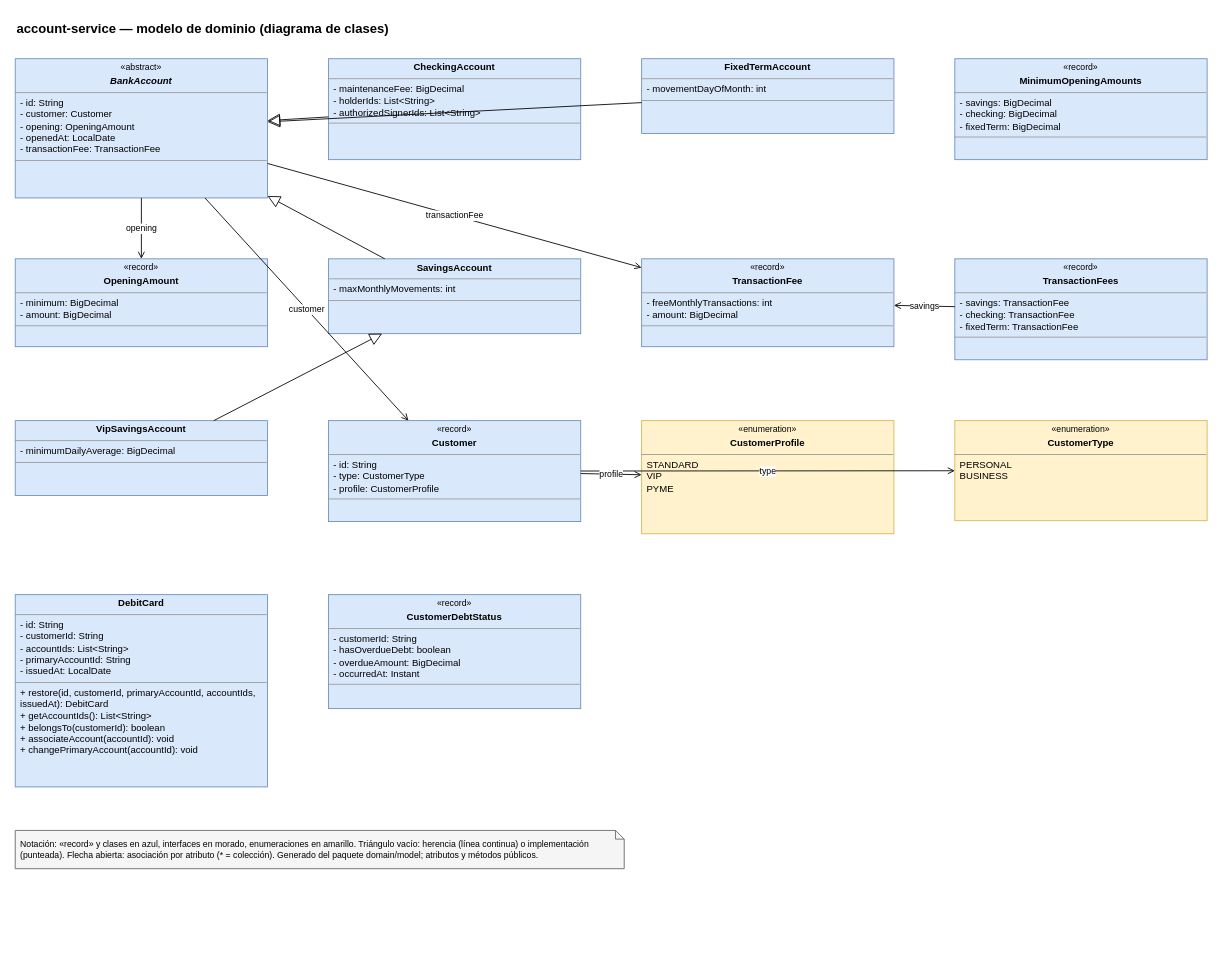
Above: page "account-service" (2 of 7) of docs/diagrams/class-diagrams.drawio in kuroxbyte/bootcamp-bank-project-docs (draw.io), before the change. Source tidied: cells renumbered, new cells numbered last; positions are measured from the earlier drawing's top-left corner, leaving out a move shared by most shapes. Both pictures are drawn from the tidied source at 87%, with x=0, y=0 at pixel (15, 15).
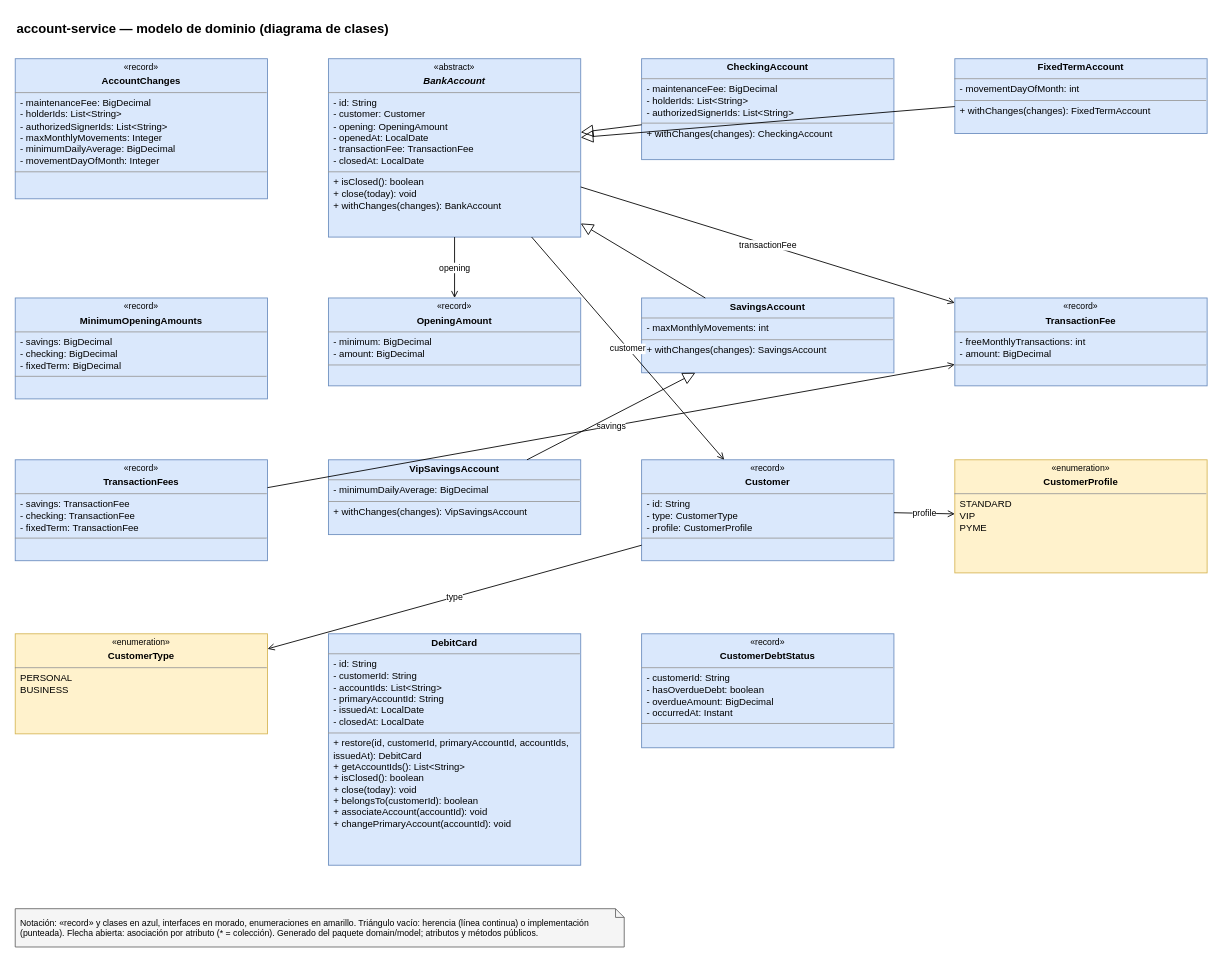
After the change.

What changed in the source:
```diff
@@
+    <mxCell id="28" value="&lt;p style=&quot;margin:0;margin-top:4px;text-align:center;font-size:10px&quot;&gt;«record»&lt;/p&gt;&lt;p style=&quot;margin:0;margin-top:4px;text-align:center&quot;&gt;&lt;b&gt;AccountChanges&lt;/b&gt;&lt;/p&gt;&lt;hr size=&quot;1&quot;/&gt;&lt;p style=&quot;margin:0;margin-left:6px&quot;&gt;- maintenanceFee: BigDecimal&lt;br/&gt;- holderIds: List&amp;lt;String&amp;gt;&lt;br/&gt;- authorizedSignerIds: List&amp;lt;String&amp;gt;&lt;br/&gt;- maxMonthlyMovements: Integer&lt;br/&gt;- minimumDailyAverage: BigDecimal&lt;br/&gt;- movementDayOfMonth: Integer&lt;/p&gt;&lt;hr size=&quot;1&quot;/&gt;&lt;p style=&quot;margin:0;margin-left:6px&quot;&gt;&lt;/p&gt;" style="verticalAlign=top;align=left;overflow=fill;html=1;whiteSpace=wrap;fontSize=11;fillColor=#dae8fc;strokeColor=#6c8ebf;" parent="1" vertex="1">
+      <mxGeometry y="50" width="290" height="161" as="geometry" />
+    </mxCell>
-    <mxCell id="3" value="&lt;p style=&quot;margin:0;margin-top:4px;text-align:center;font-size:10px&quot;&gt;«abstract»&lt;/p&gt;&lt;p style=&quot;margin:0;margin-top:4px;text-align:center&quot;&gt;&lt;b&gt;&lt;i&gt;BankAccount&lt;/i&gt;&lt;/b&gt;&lt;/p&gt;&lt;hr size=&quot;1&quot;/&gt;&lt;p style=&quot;margin:0;margin-left:6px&quot;&gt;- id: String&lt;br/&gt;- customer: Customer&lt;br/&gt;- opening: OpeningAmount&lt;br/&gt;- openedAt: LocalDate&lt;br/&gt;- transactionFee: TransactionFee&lt;/p&gt;&lt;hr size=&quot;1&quot;/&gt;&lt;p style=&quot;margin:0;margin-left:6px&quot;&gt;&lt;/p&gt;" style="verticalAlign=top;align=left;overflow=fill;html=1;whiteSpace=wrap;fontSize=11;fillColor=#dae8fc;strokeColor=#6c8ebf;" parent="1" vertex="1">
-      <mxGeometry y="50" width="290" height="160" as="geometry" />
+    <mxCell id="3" value="&lt;p style=&quot;margin:0;margin-top:4px;text-align:center;font-size:10px&quot;&gt;«abstract»&lt;/p&gt;&lt;p style=&quot;margin:0;margin-top:4px;text-align:center&quot;&gt;&lt;b&gt;&lt;i&gt;BankAccount&lt;/i&gt;&lt;/b&gt;&lt;/p&gt;&lt;hr size=&quot;1&quot;/&gt;&lt;p style=&quot;margin:0;margin-left:6px&quot;&gt;- id: String&lt;br/&gt;- customer: Customer&lt;br/&gt;- opening: OpeningAmount&lt;br/&gt;- openedAt: LocalDate&lt;br/&gt;- transactionFee: TransactionFee&lt;br/&gt;- closedAt: LocalDate&lt;/p&gt;&lt;hr size=&quot;1&quot;/&gt;&lt;p style=&quot;margin:0;margin-left:6px&quot;&gt;+ isClosed(): boolean&lt;br/&gt;+ close(today): void&lt;br/&gt;+ withChanges(changes): BankAccount&lt;/p&gt;" style="verticalAlign=top;align=left;overflow=fill;html=1;whiteSpace=wrap;fontSize=11;fillColor=#dae8fc;strokeColor=#6c8ebf;" parent="1" vertex="1">
+      <mxGeometry x="360" y="50" width="290" height="205" as="geometry" />
     </mxCell>
-    <mxCell id="4" value="&lt;p style=&quot;margin:0;margin-top:4px;text-align:center&quot;&gt;&lt;b&gt;CheckingAccount&lt;/b&gt;&lt;/p&gt;&lt;hr size=&quot;1&quot;/&gt;&lt;p style=&quot;margin:0;margin-left:6px&quot;&gt;- maintenanceFee: BigDecimal&lt;br/&gt;- holderIds: List&amp;lt;String&amp;gt;&lt;br/&gt;- authorizedSignerIds: List&amp;lt;String&amp;gt;&lt;/p&gt;&lt;hr size=&quot;1&quot;/&gt;&lt;p style=&quot;margin:0;margin-left:6px&quot;&gt;&lt;/p&gt;" style="verticalAlign=top;align=left;overflow=fill;html=1;whiteSpace=wrap;fontSize=11;fillColor=#dae8fc;strokeColor=#6c8ebf;" parent="1" vertex="1">
-      <mxGeometry x="360" y="50" width="290" height="116" as="geometry" />
+    <mxCell id="4" value="&lt;p style=&quot;margin:0;margin-top:4px;text-align:center&quot;&gt;&lt;b&gt;CheckingAccount&lt;/b&gt;&lt;/p&gt;&lt;hr size=&quot;1&quot;/&gt;&lt;p style=&quot;margin:0;margin-left:6px&quot;&gt;- maintenanceFee: BigDecimal&lt;br/&gt;- holderIds: List&amp;lt;String&amp;gt;&lt;br/&gt;- authorizedSignerIds: List&amp;lt;String&amp;gt;&lt;/p&gt;&lt;hr size=&quot;1&quot;/&gt;&lt;p style=&quot;margin:0;margin-left:6px&quot;&gt;+ withChanges(changes): CheckingAccount&lt;/p&gt;" style="verticalAlign=top;align=left;overflow=fill;html=1;whiteSpace=wrap;fontSize=11;fillColor=#dae8fc;strokeColor=#6c8ebf;" parent="1" vertex="1">
+      <mxGeometry x="720" y="50" width="290" height="116" as="geometry" />
     </mxCell>
-    <mxCell id="5" value="&lt;p style=&quot;margin:0;margin-top:4px;text-align:center&quot;&gt;&lt;b&gt;FixedTermAccount&lt;/b&gt;&lt;/p&gt;&lt;hr size=&quot;1&quot;/&gt;&lt;p style=&quot;margin:0;margin-left:6px&quot;&gt;- movementDayOfMonth: int&lt;/p&gt;&lt;hr size=&quot;1&quot;/&gt;&lt;p style=&quot;margin:0;margin-left:6px&quot;&gt;&lt;/p&gt;" style="verticalAlign=top;align=left;overflow=fill;html=1;whiteSpace=wrap;fontSize=11;fillColor=#dae8fc;strokeColor=#6c8ebf;" parent="1" vertex="1">
-      <mxGeometry x="720" y="50" width="290" height="86" as="geometry" />
+    <mxCell id="5" value="&lt;p style=&quot;margin:0;margin-top:4px;text-align:center&quot;&gt;&lt;b&gt;FixedTermAccount&lt;/b&gt;&lt;/p&gt;&lt;hr size=&quot;1&quot;/&gt;&lt;p style=&quot;margin:0;margin-left:6px&quot;&gt;- movementDayOfMonth: int&lt;/p&gt;&lt;hr size=&quot;1&quot;/&gt;&lt;p style=&quot;margin:0;margin-left:6px&quot;&gt;+ withChanges(changes): FixedTermAccount&lt;/p&gt;" style="verticalAlign=top;align=left;overflow=fill;html=1;whiteSpace=wrap;fontSize=11;fillColor=#dae8fc;strokeColor=#6c8ebf;" parent="1" vertex="1">
+      <mxGeometry x="1080" y="50" width="290" height="86" as="geometry" />
     </mxCell>
     <mxCell id="6" value="&lt;p style=&quot;margin:0;margin-top:4px;text-align:center;font-size:10px&quot;&gt;«record»&lt;/p&gt;&lt;p style=&quot;margin:0;margin-top:4px;text-align:center&quot;&gt;&lt;b&gt;MinimumOpeningAmounts&lt;/b&gt;&lt;/p&gt;&lt;hr size=&quot;1&quot;/&gt;&lt;p style=&quot;margin:0;margin-left:6px&quot;&gt;- savings: BigDecimal&lt;br/&gt;- checking: BigDecimal&lt;br/&gt;- fixedTerm: BigDecimal&lt;/p&gt;&lt;hr size=&quot;1&quot;/&gt;&lt;p style=&quot;margin:0;margin-left:6px&quot;&gt;&lt;/p&gt;" style="verticalAlign=top;align=left;overflow=fill;html=1;whiteSpace=wrap;fontSize=11;fillColor=#dae8fc;strokeColor=#6c8ebf;" parent="1" vertex="1">
-      <mxGeometry x="1080" y="50" width="290" height="116" as="geometry" />
+      <mxGeometry y="325" width="290" height="116" as="geometry" />
     </mxCell>
     <mxCell id="7" value="&lt;p style=&quot;margin:0;margin-top:4px;text-align:center;font-size:10px&quot;&gt;«record»&lt;/p&gt;&lt;p style=&quot;margin:0;margin-top:4px;text-align:center&quot;&gt;&lt;b&gt;OpeningAmount&lt;/b&gt;&lt;/p&gt;&lt;hr size=&quot;1&quot;/&gt;&lt;p style=&quot;margin:0;margin-left:6px&quot;&gt;- minimum: BigDecimal&lt;br/&gt;- amount: BigDecimal&lt;/p&gt;&lt;hr size=&quot;1&quot;/&gt;&lt;p style=&quot;margin:0;margin-left:6px&quot;&gt;&lt;/p&gt;" style="verticalAlign=top;align=left;overflow=fill;html=1;whiteSpace=wrap;fontSize=11;fillColor=#dae8fc;strokeColor=#6c8ebf;" parent="1" vertex="1">
-      <mxGeometry y="280" width="290" height="101" as="geometry" />
+      <mxGeometry x="360" y="325" width="290" height="101" as="geometry" />
     </mxCell>
-    <mxCell id="8" value="&lt;p style=&quot;margin:0;margin-top:4px;text-align:center&quot;&gt;&lt;b&gt;SavingsAccount&lt;/b&gt;&lt;/p&gt;&lt;hr size=&quot;1&quot;/&gt;&lt;p style=&quot;margin:0;margin-left:6px&quot;&gt;- maxMonthlyMovements: int&lt;/p&gt;&lt;hr size=&quot;1&quot;/&gt;&lt;p style=&quot;margin:0;margin-left:6px&quot;&gt;&lt;/p&gt;" style="verticalAlign=top;align=left;overflow=fill;html=1;whiteSpace=wrap;fontSize=11;fillColor=#dae8fc;strokeColor=#6c8ebf;" parent="1" vertex="1">
-      <mxGeometry x="360" y="280" width="290" height="86" as="geometry" />
+    <mxCell id="8" value="&lt;p style=&quot;margin:0;margin-top:4px;text-align:center&quot;&gt;&lt;b&gt;SavingsAccount&lt;/b&gt;&lt;/p&gt;&lt;hr size=&quot;1&quot;/&gt;&lt;p style=&quot;margin:0;margin-left:6px&quot;&gt;- maxMonthlyMovements: int&lt;/p&gt;&lt;hr size=&quot;1&quot;/&gt;&lt;p style=&quot;margin:0;margin-left:6px&quot;&gt;+ withChanges(changes): SavingsAccount&lt;/p&gt;" style="verticalAlign=top;align=left;overflow=fill;html=1;whiteSpace=wrap;fontSize=11;fillColor=#dae8fc;strokeColor=#6c8ebf;" parent="1" vertex="1">
+      <mxGeometry x="720" y="325" width="290" height="86" as="geometry" />
     </mxCell>
     <mxCell id="9" value="&lt;p style=&quot;margin:0;margin-top:4px;text-align:center;font-size:10px&quot;&gt;«record»&lt;/p&gt;&lt;p style=&quot;margin:0;margin-top:4px;text-align:center&quot;&gt;&lt;b&gt;TransactionFee&lt;/b&gt;&lt;/p&gt;&lt;hr size=&quot;1&quot;/&gt;&lt;p style=&quot;margin:0;margin-left:6px&quot;&gt;- freeMonthlyTransactions: int&lt;br/&gt;- amount: BigDecimal&lt;/p&gt;&lt;hr size=&quot;1&quot;/&gt;&lt;p style=&quot;margin:0;margin-left:6px&quot;&gt;&lt;/p&gt;" style="verticalAlign=top;align=left;overflow=fill;html=1;whiteSpace=wrap;fontSize=11;fillColor=#dae8fc;strokeColor=#6c8ebf;" parent="1" vertex="1">
-      <mxGeometry x="720" y="280" width="290" height="101" as="geometry" />
+      <mxGeometry x="1080" y="325" width="290" height="101" as="geometry" />
     </mxCell>
     <mxCell id="10" value="&lt;p style=&quot;margin:0;margin-top:4px;text-align:center;font-size:10px&quot;&gt;«record»&lt;/p&gt;&lt;p style=&quot;margin:0;margin-top:4px;text-align:center&quot;&gt;&lt;b&gt;TransactionFees&lt;/b&gt;&lt;/p&gt;&lt;hr size=&quot;1&quot;/&gt;&lt;p style=&quot;margin:0;margin-left:6px&quot;&gt;- savings: TransactionFee&lt;br/&gt;- checking: TransactionFee&lt;br/&gt;- fixedTerm: TransactionFee&lt;/p&gt;&lt;hr size=&quot;1&quot;/&gt;&lt;p style=&quot;margin:0;margin-left:6px&quot;&gt;&lt;/p&gt;" style="verticalAlign=top;align=left;overflow=fill;html=1;whiteSpace=wrap;fontSize=11;fillColor=#dae8fc;strokeColor=#6c8ebf;" parent="1" vertex="1">
-      <mxGeometry x="1080" y="280" width="290" height="116" as="geometry" />
+      <mxGeometry y="511" width="290" height="116" as="geometry" />
     </mxCell>
-    <mxCell id="11" value="&lt;p style=&quot;margin:0;margin-top:4px;text-align:center&quot;&gt;&lt;b&gt;VipSavingsAccount&lt;/b&gt;&lt;/p&gt;&lt;hr size=&quot;1&quot;/&gt;&lt;p style=&quot;margin:0;margin-left:6px&quot;&gt;- minimumDailyAverage: BigDecimal&lt;/p&gt;&lt;hr size=&quot;1&quot;/&gt;&lt;p style=&quot;margin:0;margin-left:6px&quot;&gt;&lt;/p&gt;" style="verticalAlign=top;align=left;overflow=fill;html=1;whiteSpace=wrap;fontSize=11;fillColor=#dae8fc;strokeColor=#6c8ebf;" parent="1" vertex="1">
-      <mxGeometry y="466" width="290" height="86" as="geometry" />
+    <mxCell id="11" value="&lt;p style=&quot;margin:0;margin-top:4px;text-align:center&quot;&gt;&lt;b&gt;VipSavingsAccount&lt;/b&gt;&lt;/p&gt;&lt;hr size=&quot;1&quot;/&gt;&lt;p style=&quot;margin:0;margin-left:6px&quot;&gt;- minimumDailyAverage: BigDecimal&lt;/p&gt;&lt;hr size=&quot;1&quot;/&gt;&lt;p style=&quot;margin:0;margin-left:6px&quot;&gt;+ withChanges(changes): VipSavingsAccount&lt;/p&gt;" style="verticalAlign=top;align=left;overflow=fill;html=1;whiteSpace=wrap;fontSize=11;fillColor=#dae8fc;strokeColor=#6c8ebf;" parent="1" vertex="1">
+      <mxGeometry x="360" y="511" width="290" height="86" as="geometry" />
     </mxCell>
     <mxCell id="12" value="&lt;p style=&quot;margin:0;margin-top:4px;text-align:center;font-size:10px&quot;&gt;«record»&lt;/p&gt;&lt;p style=&quot;margin:0;margin-top:4px;text-align:center&quot;&gt;&lt;b&gt;Customer&lt;/b&gt;&lt;/p&gt;&lt;hr size=&quot;1&quot;/&gt;&lt;p style=&quot;margin:0;margin-left:6px&quot;&gt;- id: String&lt;br/&gt;- type: CustomerType&lt;br/&gt;- profile: CustomerProfile&lt;/p&gt;&lt;hr size=&quot;1&quot;/&gt;&lt;p style=&quot;margin:0;margin-left:6px&quot;&gt;&lt;/p&gt;" style="verticalAlign=top;align=left;overflow=fill;html=1;whiteSpace=wrap;fontSize=11;fillColor=#dae8fc;strokeColor=#6c8ebf;" parent="1" vertex="1">
-      <mxGeometry x="360" y="466" width="290" height="116" as="geometry" />
+      <mxGeometry x="720" y="511" width="290" height="116" as="geometry" />
     </mxCell>
     <mxCell id="13" value="&lt;p style=&quot;margin:0;margin-top:4px;text-align:center;font-size:10px&quot;&gt;«enumeration»&lt;/p&gt;&lt;p style=&quot;margin:0;margin-top:4px;text-align:center&quot;&gt;&lt;b&gt;CustomerProfile&lt;/b&gt;&lt;/p&gt;&lt;hr size=&quot;1&quot;/&gt;&lt;p style=&quot;margin:0;margin-left:6px&quot;&gt;STANDARD&lt;br/&gt;VIP&lt;br/&gt;PYME&lt;/p&gt;" style="verticalAlign=top;align=left;overflow=fill;html=1;whiteSpace=wrap;fontSize=11;fillColor=#fff2cc;strokeColor=#d6b656;" parent="1" vertex="1">
-      <mxGeometry x="720" y="466" width="290" height="130" as="geometry" />
+      <mxGeometry x="1080" y="511" width="290" height="130" as="geometry" />
     </mxCell>
     <mxCell id="14" value="&lt;p style=&quot;margin:0;margin-top:4px;text-align:center;font-size:10px&quot;&gt;«enumeration»&lt;/p&gt;&lt;p style=&quot;margin:0;margin-top:4px;text-align:center&quot;&gt;&lt;b&gt;CustomerType&lt;/b&gt;&lt;/p&gt;&lt;hr size=&quot;1&quot;/&gt;&lt;p style=&quot;margin:0;margin-left:6px&quot;&gt;PERSONAL&lt;br/&gt;BUSINESS&lt;/p&gt;" style="verticalAlign=top;align=left;overflow=fill;html=1;whiteSpace=wrap;fontSize=11;fillColor=#fff2cc;strokeColor=#d6b656;" parent="1" vertex="1">
-      <mxGeometry x="1080" y="466" width="290" height="115" as="geometry" />
+      <mxGeometry y="711" width="290" height="115" as="geometry" />
     </mxCell>
-    <mxCell id="15" value="&lt;p style=&quot;margin:0;margin-top:4px;text-align:center&quot;&gt;&lt;b&gt;DebitCard&lt;/b&gt;&lt;/p&gt;&lt;hr size=&quot;1&quot;/&gt;&lt;p style=&quot;margin:0;margin-left:6px&quot;&gt;- id: String&lt;br/&gt;- customerId: String&lt;br/&gt;- accountIds: List&amp;lt;String&amp;gt;&lt;br/&gt;- primaryAccountId: String&lt;br/&gt;- issuedAt: LocalDate&lt;/p&gt;&lt;hr size=&quot;1&quot;/&gt;&lt;p style=&quot;margin:0;margin-left:6px&quot;&gt;+ restore(id, customerId, primaryAccountId, accountIds, issuedAt): DebitCard&lt;br/&gt;+ getAccountIds(): List&amp;lt;String&amp;gt;&lt;br/&gt;+ belongsTo(customerId): boolean&lt;br/&gt;+ associateAccount(accountId): void&lt;br/&gt;+ changePrimaryAccount(accountId): void&lt;/p&gt;" style="verticalAlign=top;align=left;overflow=fill;html=1;whiteSpace=wrap;fontSize=11;fillColor=#dae8fc;strokeColor=#6c8ebf;" parent="1" vertex="1">
-      <mxGeometry y="666" width="290" height="221" as="geometry" />
+    <mxCell id="15" value="&lt;p style=&quot;margin:0;margin-top:4px;text-align:center&quot;&gt;&lt;b&gt;DebitCard&lt;/b&gt;&lt;/p&gt;&lt;hr size=&quot;1&quot;/&gt;&lt;p style=&quot;margin:0;margin-left:6px&quot;&gt;- id: String&lt;br/&gt;- customerId: String&lt;br/&gt;- accountIds: List&amp;lt;String&amp;gt;&lt;br/&gt;- primaryAccountId: String&lt;br/&gt;- issuedAt: LocalDate&lt;br/&gt;- closedAt: LocalDate&lt;/p&gt;&lt;hr size=&quot;1&quot;/&gt;&lt;p style=&quot;margin:0;margin-left:6px&quot;&gt;+ restore(id, customerId, primaryAccountId, accountIds, issuedAt): DebitCard&lt;br/&gt;+ getAccountIds(): List&amp;lt;String&amp;gt;&lt;br/&gt;+ isClosed(): boolean&lt;br/&gt;+ close(today): void&lt;br/&gt;+ belongsTo(customerId): boolean&lt;br/&gt;+ associateAccount(accountId): void&lt;br/&gt;+ changePrimaryAccount(accountId): void&lt;/p&gt;" style="verticalAlign=top;align=left;overflow=fill;html=1;whiteSpace=wrap;fontSize=11;fillColor=#dae8fc;strokeColor=#6c8ebf;" parent="1" vertex="1">
+      <mxGeometry x="360" y="711" width="290" height="266" as="geometry" />
     </mxCell>
     <mxCell id="16" value="&lt;p style=&quot;margin:0;margin-top:4px;text-align:center;font-size:10px&quot;&gt;«record»&lt;/p&gt;&lt;p style=&quot;margin:0;margin-top:4px;text-align:center&quot;&gt;&lt;b&gt;CustomerDebtStatus&lt;/b&gt;&lt;/p&gt;&lt;hr size=&quot;1&quot;/&gt;&lt;p style=&quot;margin:0;margin-left:6px&quot;&gt;- customerId: String&lt;br/&gt;- hasOverdueDebt: boolean&lt;br/&gt;- overdueAmount: BigDecimal&lt;br/&gt;- occurredAt: Instant&lt;/p&gt;&lt;hr size=&quot;1&quot;/&gt;&lt;p style=&quot;margin:0;margin-left:6px&quot;&gt;&lt;/p&gt;" style="verticalAlign=top;align=left;overflow=fill;html=1;whiteSpace=wrap;fontSize=11;fillColor=#dae8fc;strokeColor=#6c8ebf;" parent="1" vertex="1">
-      <mxGeometry x="360" y="666" width="290" height="131" as="geometry" />
+      <mxGeometry x="720" y="711" width="290" height="131" as="geometry" />
     </mxCell>
@@
     <mxCell id="27" value="Notación: «record» y clases en azul, interfaces en morado, enumeraciones en amarillo. Triángulo vacío: herencia (línea continua) o implementación (punteada). Flecha abierta: asociación por atributo (* = colección). Generado del paquete domain/model; atributos y métodos públicos." style="shape=note;whiteSpace=wrap;html=1;size=10;fillColor=#f5f5f5;strokeColor=#666666;fontSize=10;align=left;spacingLeft=4;" parent="1" vertex="1">
-      <mxGeometry y="937" width="700" height="44" as="geometry" />
+      <mxGeometry y="1027" width="700" height="44" as="geometry" />
     </mxCell>
```
